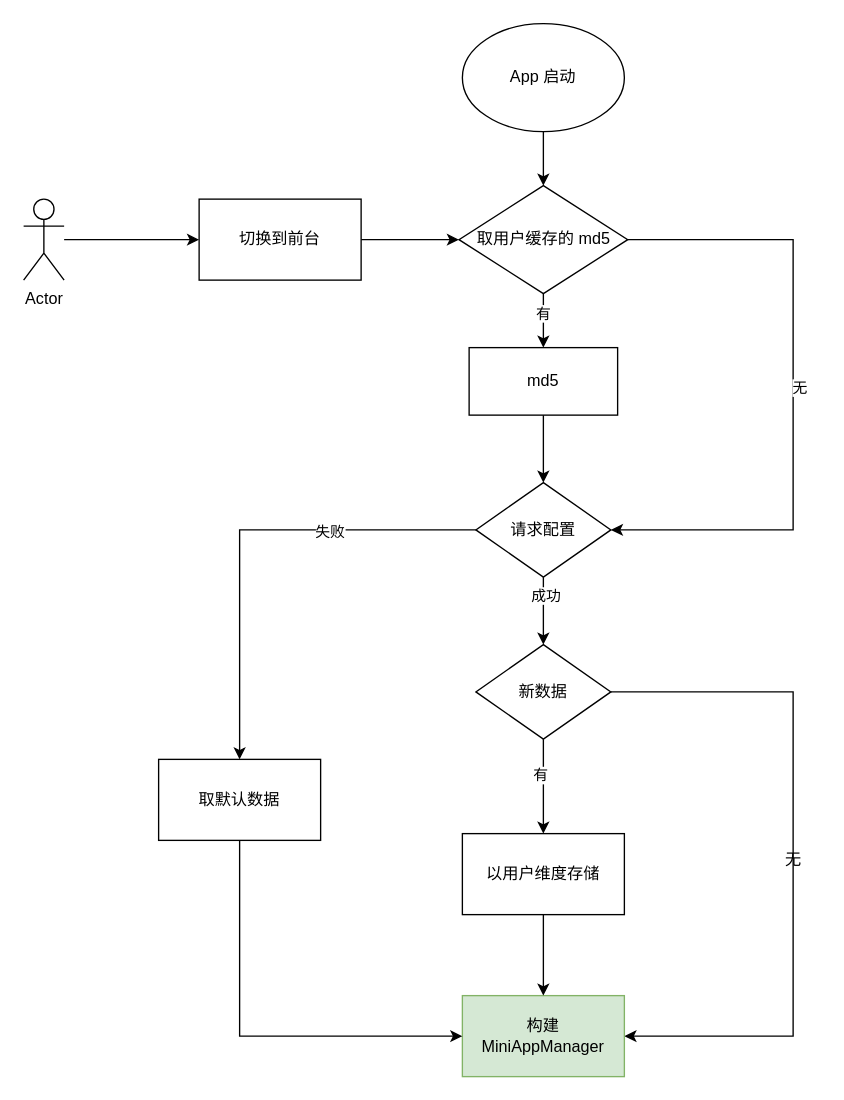
The draw.io diagram page "MiniApp 改造" (1 of 2) of 容器化方案设计.drawio in ashen-23/DrawIORepo, before the edit. Source tidied: cells renumbered, new cells numbered last; positions are measured from the earlier drawing's top-left corner, leaving out a move shared by most shapes. Both pictures are drawn from the tidied source at 135%, with x=0, y=0 at pixel (23, 23).
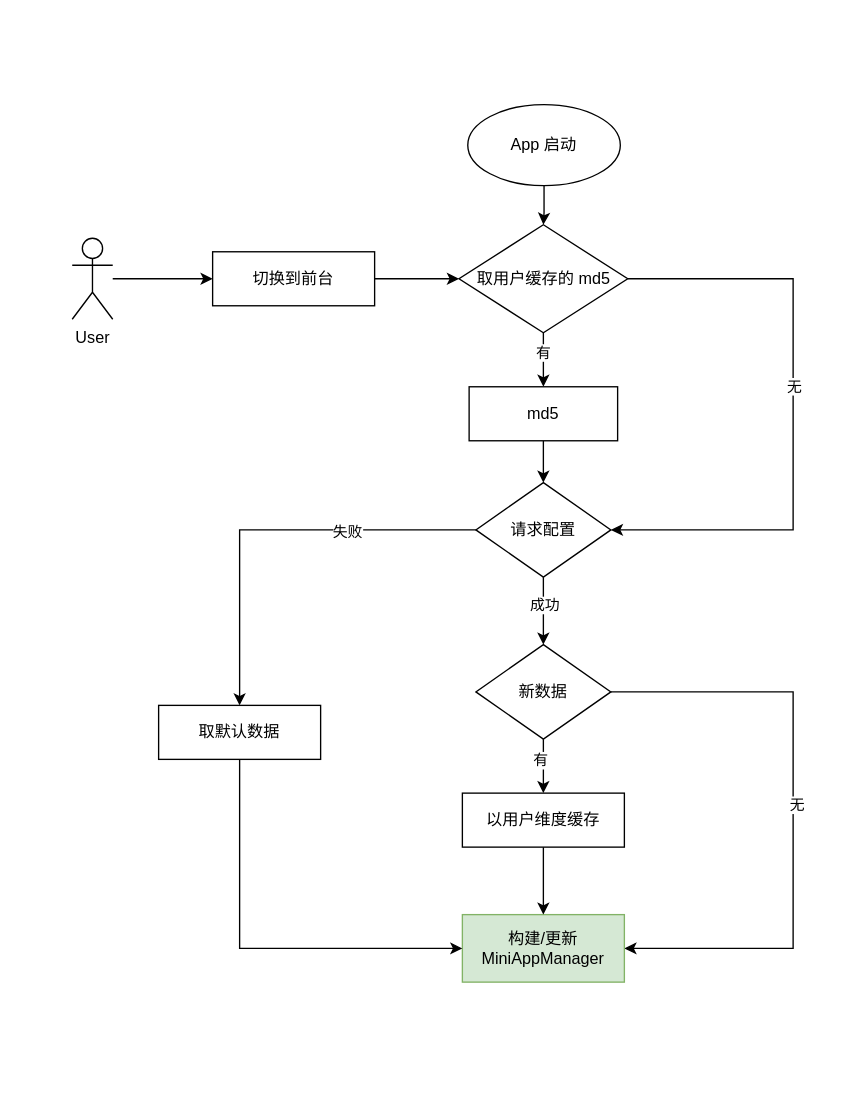
The same page after the edit.

The change refers to these unchanged cells:
```xml
<mxCell id="8" style="edgeStyle=orthogonalEdgeStyle;rounded=0;jettySize=auto;html=1;" parent="1" edge="1" source="12" target="23">
  <mxGeometry relative="1" as="geometry" />
</mxCell>
<mxCell id="12" value="请求配置" style="rhombus;whiteSpace=wrap;html=1;" parent="1" vertex="1">
  <mxGeometry x="335" y="340" width="100" height="70" as="geometry" />
</mxCell>
<mxCell id="23" value="新数据" style="rhombus;whiteSpace=wrap;html=1;" parent="1" vertex="1">
  <mxGeometry x="335" y="460" width="100" height="70" as="geometry" />
</mxCell>
```

Diff of the diagram source:
```diff
@@
     <mxCell id="3" value="App 启动" style="ellipse;whiteSpace=wrap;html=1;" parent="1" vertex="1">
-      <mxGeometry x="325" width="120" height="80" as="geometry" />
+      <mxGeometry x="329" y="60" width="113" height="60" as="geometry" />
     </mxCell>
@@
-    <mxCell id="5" value="Actor" style="shape=umlActor;verticalLabelPosition=bottom;verticalAlign=top;html=1;outlineConnect=0;" parent="1" vertex="1">
-      <mxGeometry y="130" width="30" height="60" as="geometry" />
+    <mxCell id="5" value="User" style="shape=umlActor;verticalLabelPosition=bottom;verticalAlign=top;html=1;outlineConnect=0;" parent="1" vertex="1">
+      <mxGeometry x="36" y="159" width="30" height="60" as="geometry" />
     </mxCell>
@@
     <mxCell id="7" value="切换到前台" style="rounded=0;whiteSpace=wrap;html=1;" parent="1" vertex="1">
-      <mxGeometry x="130" y="130" width="120" height="60" as="geometry" />
+      <mxGeometry x="140" y="169" width="120" height="40" as="geometry" />
     </mxCell>
@@
     <mxCell id="9" value="成功" style="edgeLabel;html=1;align=center;verticalAlign=middle;" parent="8" vertex="1">
-      <mxGeometry x="-0.47" y="1" relative="1" as="geometry" />
+      <mxGeometry x="-0.47" y="1" relative="1" as="geometry">
+        <mxPoint x="-1" y="7" as="offset" />
+      </mxGeometry>
     </mxCell>
@@
-    <mxCell id="15" style="edgeStyle=orthogonalEdgeStyle;rounded=0;jettySize=auto;html=1;entryX=1;entryY=0.5;entryDx=0;entryDy=0;" parent="1" edge="1" source="17" target="12">
+    <mxCell id="15" style="edgeStyle=orthogonalEdgeStyle;rounded=0;jettySize=auto;html=1;entryX=1;entryY=0.5;entryDx=0;entryDy=0;exitX=1;exitY=0.5;exitDx=0;exitDy=0;" parent="1" edge="1" source="17" target="12">
       <mxGeometry relative="1" as="geometry">
         <Array as="points">
-          <mxPoint x="570" y="160" />
+          <mxPoint x="570" y="189" />
           <mxPoint x="570" y="375" />
         </Array>
       </mxGeometry>
     </mxCell>
     <mxCell id="16" value="无" style="edgeLabel;html=1;align=center;verticalAlign=middle;" parent="15" vertex="1">
-      <mxGeometry x="-0.02" y="4" relative="1" as="geometry" />
+      <mxGeometry x="-0.02" y="4" relative="1" as="geometry">
+        <mxPoint x="-4" y="-15" as="offset" />
+      </mxGeometry>
     </mxCell>
     <mxCell id="17" value="取用户缓存的 md5" style="rhombus;whiteSpace=wrap;html=1;" parent="1" vertex="1">
-      <mxGeometry x="322.5" y="120" width="125" height="80" as="geometry" />
+      <mxGeometry x="322.5" y="149" width="125" height="80" as="geometry" />
     </mxCell>
@@
     <mxCell id="19" value="md5" style="whiteSpace=wrap;html=1;" parent="1" vertex="1">
-      <mxGeometry x="330" y="240" width="110" height="50" as="geometry" />
+      <mxGeometry x="330" y="269" width="110" height="40" as="geometry" />
     </mxCell>
@@
     <mxCell id="22" style="edgeStyle=orthogonalEdgeStyle;rounded=0;jettySize=auto;html=1;entryX=1;entryY=0.5;entryDx=0;entryDy=0;" parent="1" edge="1" source="23" target="24">
       <mxGeometry relative="1" as="geometry">
         <Array as="points">
           <mxPoint x="570" y="495" />
-          <mxPoint x="570" y="750" />
+          <mxPoint x="570" y="685" />
         </Array>
       </mxGeometry>
     </mxCell>
+    <mxCell id="27" value="无" style="edgeLabel;html=1;align=center;verticalAlign=middle;" parent="22" vertex="1">
+      <mxGeometry x="-0.03" y="2" relative="1" as="geometry" />
+    </mxCell>
@@
-    <mxCell id="24" value="构建 MiniAppManager" style="whiteSpace=wrap;html=1;fillColor=#d5e8d4;strokeColor=#82b366;" parent="1" vertex="1">
-      <mxGeometry x="325" y="720" width="120" height="60" as="geometry" />
+    <mxCell id="24" value="构建/更新 MiniAppManager" style="whiteSpace=wrap;html=1;fillColor=#d5e8d4;strokeColor=#82b366;" parent="1" vertex="1">
+      <mxGeometry x="325" y="660" width="120" height="50" as="geometry" />
     </mxCell>
     <mxCell id="25" style="edgeStyle=orthogonalEdgeStyle;rounded=0;jettySize=auto;html=1;entryX=0;entryY=0.5;entryDx=0;entryDy=0;" parent="1" edge="1" source="26" target="24">
       <mxGeometry relative="1" as="geometry">
         <Array as="points">
-          <mxPoint x="160" y="750" />
+          <mxPoint x="160" y="685" />
         </Array>
       </mxGeometry>
     </mxCell>
     <mxCell id="26" value="取默认数据" style="whiteSpace=wrap;html=1;" parent="1" vertex="1">
-      <mxGeometry x="100" y="545" width="120" height="60" as="geometry" />
+      <mxGeometry x="100" y="505" width="120" height="40" as="geometry" />
     </mxCell>
-    <mxCell id="27" value="无" style="text;html=1;align=center;verticalAlign=middle;strokeColor=none;fillColor=none;" parent="1" vertex="1">
-      <mxGeometry x="550" y="605" width="40" height="30" as="geometry" />
-    </mxCell>
@@
-    <mxCell id="29" value="以用户维度存储" style="rounded=0;whiteSpace=wrap;html=1;" parent="1" vertex="1">
-      <mxGeometry x="325" y="600" width="120" height="60" as="geometry" />
+    <mxCell id="29" value="以用户维度缓存" style="rounded=0;whiteSpace=wrap;html=1;" parent="1" vertex="1">
+      <mxGeometry x="325" y="570" width="120" height="40" as="geometry" />
     </mxCell>
```
